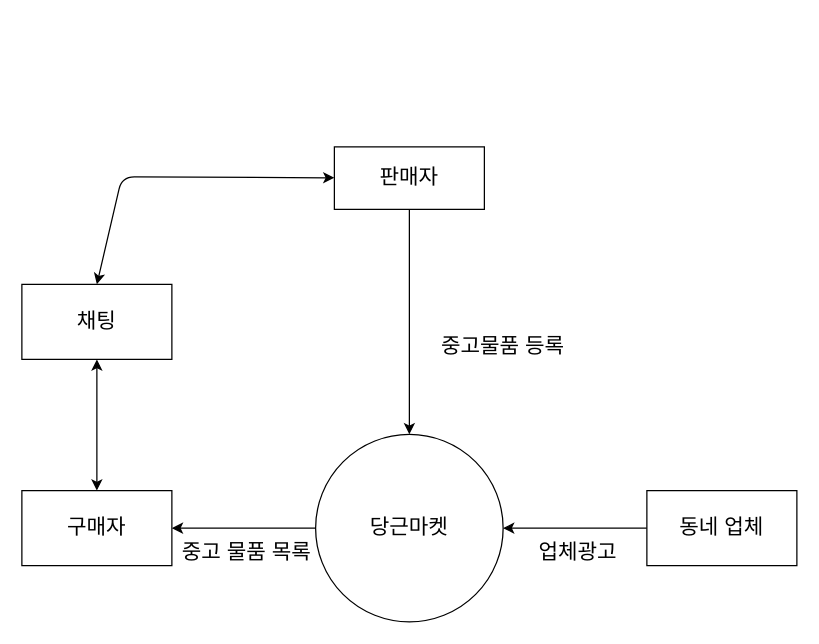
Earlier version of the draw.io diagram Untitled Diagram.drawio (ebbbi/reconstruct). Source tidied: cells renumbered, new cells numbered last; positions are measured from the earlier drawing's top-left corner, leaving out a move shared by most shapes. Both pictures are drawn from the tidied source at 125%, with x=0, y=0 at pixel (21, 146).
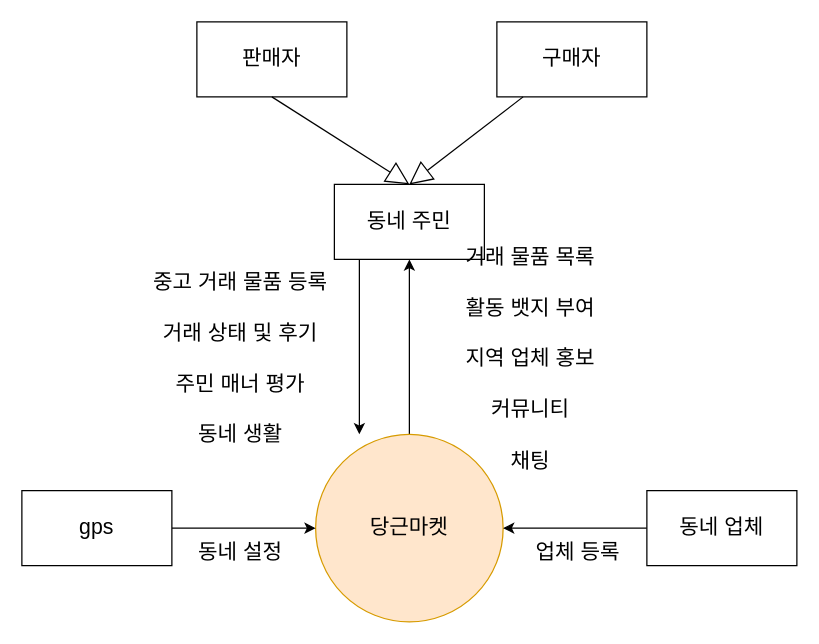
The same page after the edit.

Diff of the diagram source:
```diff
@@
 <mxGraphModel>
   <root>
     <mxCell id="0" />
     <mxCell id="1" parent="0" />
-    <mxCell id="2" style="edgeStyle=orthogonalEdgeStyle;rounded=0;jettySize=auto;html=1;fontFamily=Helvetica;fontSize=17;" parent="1" edge="1" source="3" target="8">
-      <mxGeometry relative="1" as="geometry" />
-    </mxCell>
+    <mxCell id="15" style="edgeStyle=orthogonalEdgeStyle;rounded=0;jettySize=auto;html=1;exitX=0.5;exitY=0;exitDx=0;exitDy=0;fontFamily=Helvetica;fontSize=17;" parent="1" edge="1" source="3" target="17">
+      <mxGeometry relative="1" as="geometry" />
+    </mxCell>
-    <mxCell id="3" value="당근마켓" style="ellipse;whiteSpace=wrap;html=1;fontFamily=Helvetica;fontSize=17;" parent="1" vertex="1">
+    <mxCell id="3" value="당근마켓" style="ellipse;whiteSpace=wrap;html=1;fontFamily=Helvetica;fontSize=17;fillColor=#ffe6cc;strokeColor=#d79b00;" parent="1" vertex="1">
       <mxGeometry x="235" y="230" width="150" height="150" as="geometry" />
     </mxCell>
-    <mxCell id="4" style="edgeStyle=orthogonalEdgeStyle;rounded=0;jettySize=auto;html=1;fontFamily=Helvetica;fontSize=17;" parent="1" edge="1" source="5" target="3">
-      <mxGeometry relative="1" as="geometry" />
-    </mxCell>
-    <mxCell id="5" value="판매자" style="rounded=0;whiteSpace=wrap;html=1;fontFamily=Helvetica;fontSize=17;" parent="1" vertex="1">
-      <mxGeometry x="250" width="120" height="50" as="geometry" />
-    </mxCell>
     <mxCell id="6" style="edgeStyle=orthogonalEdgeStyle;rounded=0;jettySize=auto;html=1;fontFamily=Helvetica;fontSize=17;" parent="1" edge="1" source="7" target="3">
       <mxGeometry relative="1" as="geometry" />
     </mxCell>
     <mxCell id="7" value="동네 업체" style="rounded=0;whiteSpace=wrap;html=1;fontFamily=Helvetica;fontSize=17;" parent="1" vertex="1">
       <mxGeometry x="500" y="275" width="120" height="60" as="geometry" />
     </mxCell>
+    <mxCell id="14" value="업체 등록" style="text;html=1;strokeColor=none;fillColor=none;align=center;verticalAlign=middle;whiteSpace=wrap;rounded=0;fontFamily=Helvetica;fontSize=17;" parent="1" vertex="1">
+      <mxGeometry x="400" y="315" width="90" height="20" as="geometry" />
+    </mxCell>
+    <mxCell id="16" style="edgeStyle=orthogonalEdgeStyle;rounded=0;orthogonalLoop=1;jettySize=auto;html=1;fontFamily=Helvetica;fontSize=17;" parent="1" edge="1">
+      <mxGeometry relative="1" as="geometry">
+        <mxPoint x="270" y="88" as="sourcePoint" />
+        <mxPoint x="270" y="230" as="targetPoint" />
+      </mxGeometry>
+    </mxCell>
+    <mxCell id="17" value="동네 주민" style="rounded=0;whiteSpace=wrap;html=1;fontFamily=Helvetica;fontSize=17;" parent="1" vertex="1">
+      <mxGeometry x="250" y="30" width="120" height="60" as="geometry" />
+    </mxCell>
+    <mxCell id="18" value="거래 물품 목록&lt;br&gt;&lt;br&gt;활동 뱃지 부여&lt;br&gt;&lt;br&gt;지역 업체 홍보&lt;br&gt;&lt;br&gt;커뮤니티&lt;br&gt;&lt;br&gt;채팅" style="text;html=1;strokeColor=none;fillColor=none;align=center;verticalAlign=middle;whiteSpace=wrap;rounded=0;fontFamily=Helvetica;fontSize=17;" parent="1" vertex="1">
+      <mxGeometry x="334" y="95" width="146" height="150" as="geometry" />
+    </mxCell>
     <mxCell id="8" value="구매자" style="rounded=0;whiteSpace=wrap;html=1;fontFamily=Helvetica;fontSize=17;" parent="1" vertex="1">
-      <mxGeometry y="275" width="120" height="60" as="geometry" />
+      <mxGeometry x="380" y="-100" width="120" height="60" as="geometry" />
     </mxCell>
-    <mxCell id="9" value="중고물품 등록" style="text;html=1;strokeColor=none;fillColor=none;align=center;verticalAlign=middle;whiteSpace=wrap;rounded=0;fontFamily=Helvetica;fontSize=17;" parent="1" vertex="1">
-      <mxGeometry x="320" y="150" width="130" height="20" as="geometry" />
-    </mxCell>
-    <mxCell id="10" value="중고 물품 목록" style="text;html=1;strokeColor=none;fillColor=none;align=center;verticalAlign=middle;whiteSpace=wrap;rounded=0;fontFamily=Helvetica;fontSize=17;" parent="1" vertex="1">
-      <mxGeometry x="110" y="315" width="140" height="20" as="geometry" />
-    </mxCell>
-    <mxCell id="11" value="채팅" style="rounded=0;whiteSpace=wrap;html=1;fontFamily=Helvetica;fontSize=17;" parent="1" vertex="1">
-      <mxGeometry y="110" width="120" height="60" as="geometry" />
-    </mxCell>
-    <mxCell id="12" style="endArrow=classic;startArrow=classic;html=1;fontFamily=Helvetica;fontSize=17;entryX=0.5;entryY=1;entryDx=0;entryDy=0;" parent="1" edge="1" source="8" target="11">
-      <mxGeometry relative="1" as="geometry" />
-    </mxCell>
-    <mxCell id="13" style="endArrow=classic;startArrow=classic;html=1;fontFamily=Helvetica;fontSize=17;exitX=0.5;exitY=0;exitDx=0;exitDy=0;" parent="1" edge="1" source="11" target="5">
-      <mxGeometry relative="1" as="geometry">
-        <Array as="points">
-          <mxPoint x="80" y="24" />
-        </Array>
-      </mxGeometry>
-    </mxCell>
-    <mxCell id="14" value="업체광고" style="text;html=1;strokeColor=none;fillColor=none;align=center;verticalAlign=middle;whiteSpace=wrap;rounded=0;fontFamily=Helvetica;fontSize=17;" parent="1" vertex="1">
-      <mxGeometry x="410" y="315" width="70" height="20" as="geometry" />
-    </mxCell>
+    <mxCell id="5" value="판매자" style="rounded=0;whiteSpace=wrap;html=1;fontFamily=Helvetica;fontSize=17;" parent="1" vertex="1">
+      <mxGeometry x="140" y="-100" width="120" height="60" as="geometry" />
+    </mxCell>
+    <mxCell id="19" style="endArrow=block;endSize=16;endFill=0;html=1;fontFamily=Helvetica;fontSize=17;exitX=0.5;exitY=1;exitDx=0;exitDy=0;entryX=0.5;entryY=0;entryDx=0;entryDy=0;" parent="1" edge="1" source="5" target="17">
+      <mxGeometry relative="1" as="geometry" />
+    </mxCell>
+    <mxCell id="20" style="endArrow=block;endSize=16;endFill=0;html=1;fontFamily=Helvetica;fontSize=17;entryX=0.5;entryY=0;entryDx=0;entryDy=0;" parent="1" edge="1" source="8" target="17">
+      <mxGeometry relative="1" as="geometry" />
+    </mxCell>
+    <mxCell id="21" value="중고 거래 물품 등록&lt;br&gt;&lt;br&gt;거래 상태 및 후기&lt;br&gt;&lt;br&gt;주민 매너 평가&lt;br&gt;&lt;br&gt;동네 생활" style="text;html=1;strokeColor=none;fillColor=none;align=center;verticalAlign=middle;whiteSpace=wrap;rounded=0;fontFamily=Helvetica;fontSize=17;" parent="1" vertex="1">
+      <mxGeometry x="90" y="120" width="170" height="100" as="geometry" />
+    </mxCell>
+    <mxCell id="22" style="edgeStyle=orthogonalEdgeStyle;rounded=0;jettySize=auto;html=1;fontFamily=Helvetica;fontSize=17;" parent="1" edge="1" source="23" target="3">
+      <mxGeometry relative="1" as="geometry" />
+    </mxCell>
+    <mxCell id="23" value="gps" style="rounded=0;whiteSpace=wrap;html=1;fontFamily=Helvetica;fontSize=17;" parent="1" vertex="1">
+      <mxGeometry y="275" width="120" height="60" as="geometry" />
+    </mxCell>
+    <mxCell id="24" value="동네 설정" style="text;html=1;strokeColor=none;fillColor=none;align=center;verticalAlign=middle;whiteSpace=wrap;rounded=0;fontFamily=Helvetica;fontSize=17;" parent="1" vertex="1">
+      <mxGeometry x="130" y="315" width="90" height="20" as="geometry" />
+    </mxCell>
   </root>
 </mxGraphModel>
```
